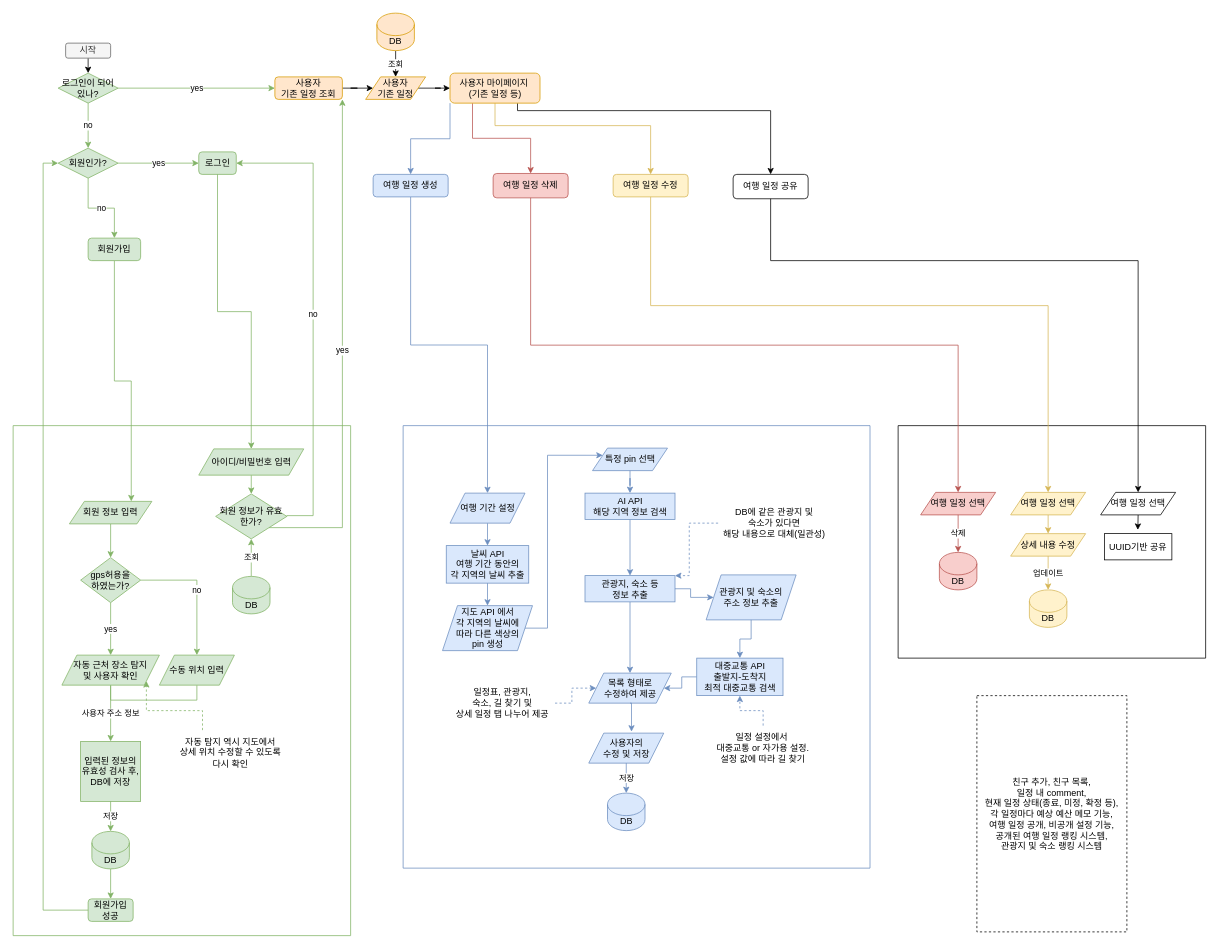
Before: trivista/자료/trivista.drawio in Ju-S/TIL_KDT, a draw.io diagram. Source tidied: cells renumbered, new cells numbered last; positions are measured from the earlier drawing's top-left corner, leaving out a move shared by most shapes. Both pictures are drawn from the tidied source at 75%, with x=0, y=0 at pixel (13, 13).
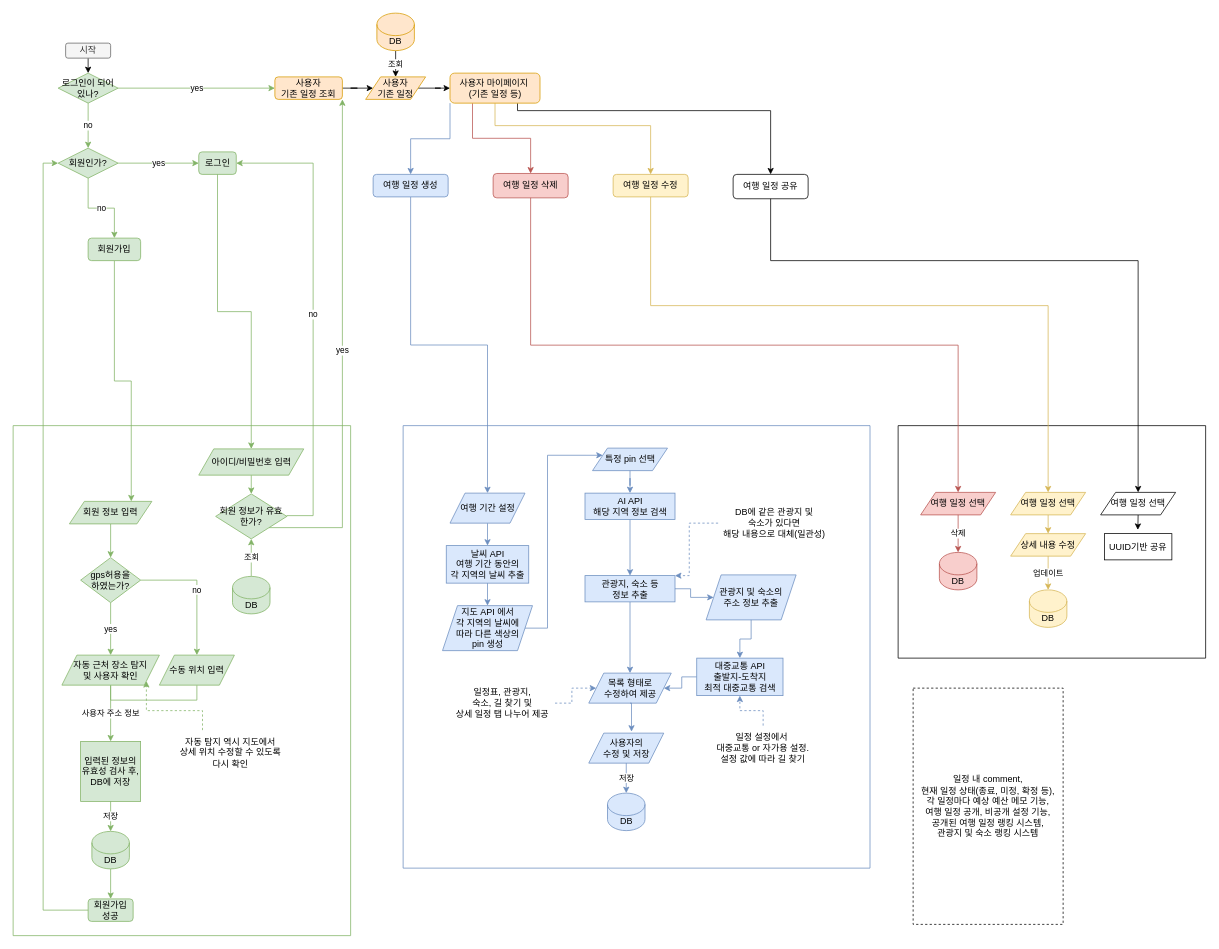
After the change.

What changed in the source:
```diff
@@
-    <mxCell id="20" value="친구 추가, 친구 목록,&lt;div&gt;일정 내 comment,&lt;/div&gt;&lt;div&gt;현재 일정 상태(종료, 미정, 확정 등),&lt;/div&gt;&lt;div&gt;각 일정마다 예상 예산 메모 기능,&lt;/div&gt;&lt;div&gt;여행 일정 공개, 비공개 설정 기능,&lt;/div&gt;&lt;div&gt;공개된 여행 일정 랭킹 시스템,&lt;/div&gt;&lt;div&gt;관광지 및 숙소 랭킹 시스템&lt;/div&gt;" style="rounded=1;whiteSpace=wrap;html=1;dashed=1;arcSize=0;align=center;verticalAlign=middle;" parent="1" vertex="1">
-      <mxGeometry x="1285" y="910" width="200" height="315" as="geometry" />
+    <mxCell id="20" value="&lt;div&gt;일정 내 comment,&lt;/div&gt;&lt;div&gt;현재 일정 상태(종료, 미정, 확정 등),&lt;/div&gt;&lt;div&gt;각 일정마다 예상 예산 메모 기능,&lt;/div&gt;&lt;div&gt;여행 일정 공개, 비공개 설정 기능,&lt;/div&gt;&lt;div&gt;공개된 여행 일정 랭킹 시스템,&lt;/div&gt;&lt;div&gt;관광지 및 숙소 랭킹 시스템&lt;/div&gt;" style="rounded=1;whiteSpace=wrap;html=1;dashed=1;arcSize=0;align=center;verticalAlign=middle;" parent="1" vertex="1">
+      <mxGeometry x="1200" y="900" width="200" height="315" as="geometry" />
     </mxCell>
```
